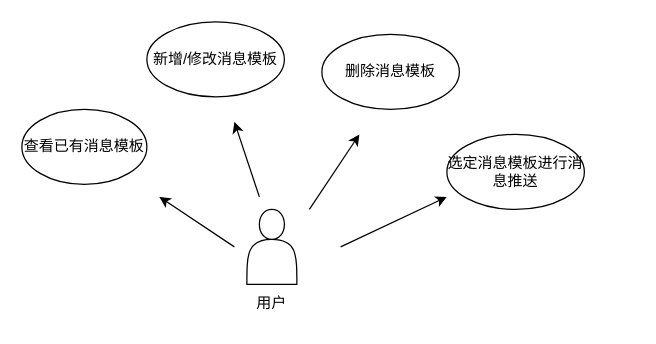
Earlier version of the draw.io diagram 毕业设计/消息模板模块功能用例图.drawio (KeatonLi/pictures). Source tidied: cells renumbered, new cells numbered last; positions are measured from the earlier drawing's top-left corner, leaving out a move shared by most shapes. Both pictures are drawn from the tidied source at 125%, with x=0, y=0 at pixel (21, 21).
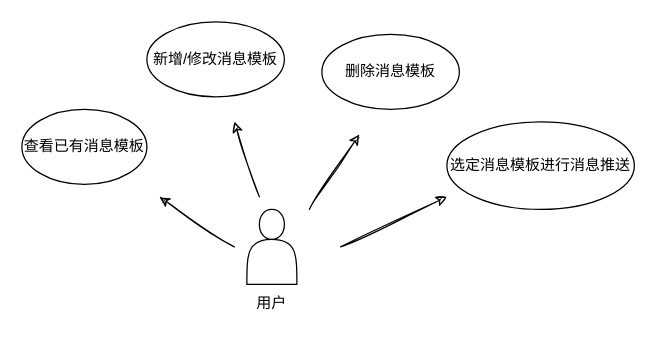
Above is the later version.

Commit message (it also covers changes not shown here):
更新消息模板模块功能用例图.drawio

Change to the diagram source:
```diff
@@
 <mxGraphModel>
   <root>
     <mxCell id="0" />
     <mxCell id="1" parent="0" />
     <mxCell id="2" style="shape=actor;whiteSpace=wrap;html=1;" parent="1" vertex="1">
       <mxGeometry x="180" y="150" width="40" height="60" as="geometry" />
     </mxCell>
-    <mxCell id="3" style="endArrow=classic;html=1;rounded=0;" parent="1" edge="1">
+    <mxCell id="3" style="endArrow=classic;html=1;rounded=0;shadow=0;sketch=1;curveFitting=1;jiggle=2;" parent="1" edge="1">
       <mxGeometry relative="1" as="geometry">
         <mxPoint x="170" y="180" as="sourcePoint" />
         <mxPoint x="110" y="140" as="targetPoint" />
       </mxGeometry>
     </mxCell>
     <mxCell id="4" value="用户" style="text;html=1;strokeColor=none;fillColor=none;align=center;verticalAlign=middle;whiteSpace=wrap;rounded=0;" parent="1" vertex="1">
       <mxGeometry x="170" y="210" width="60" height="30" as="geometry" />
     </mxCell>
     <mxCell id="5" value="查看已有消息模板" style="ellipse;whiteSpace=wrap;html=1;" parent="1" vertex="1">
       <mxGeometry y="70" width="100" height="60" as="geometry" />
     </mxCell>
     <mxCell id="6" value="新增/修改消息模板" style="ellipse;whiteSpace=wrap;html=1;" parent="1" vertex="1">
       <mxGeometry x="100" width="110" height="60" as="geometry" />
     </mxCell>
-    <mxCell id="7" style="endArrow=classic;html=1;rounded=0;" parent="1" edge="1">
+    <mxCell id="7" style="endArrow=classic;html=1;rounded=0;shadow=0;sketch=1;curveFitting=1;jiggle=2;" parent="1" edge="1">
       <mxGeometry relative="1" as="geometry">
         <mxPoint x="190" y="140" as="sourcePoint" />
         <mxPoint x="170" y="80" as="targetPoint" />
       </mxGeometry>
     </mxCell>
-    <mxCell id="8" style="endArrow=classic;html=1;rounded=0;" parent="1" edge="1">
+    <mxCell id="8" style="endArrow=classic;html=1;rounded=0;shadow=0;sketch=1;curveFitting=1;jiggle=2;" parent="1" edge="1">
       <mxGeometry relative="1" as="geometry">
         <mxPoint x="230" y="150" as="sourcePoint" />
         <mxPoint x="270" y="90" as="targetPoint" />
       </mxGeometry>
     </mxCell>
     <mxCell id="9" value="删除消息模板" style="ellipse;whiteSpace=wrap;html=1;" parent="1" vertex="1">
       <mxGeometry x="240" y="10" width="110" height="60" as="geometry" />
     </mxCell>
-    <mxCell id="10" style="endArrow=classic;html=1;rounded=0;" parent="1" edge="1">
+    <mxCell id="10" style="endArrow=classic;html=1;rounded=0;shadow=0;sketch=1;curveFitting=1;jiggle=2;" parent="1" edge="1">
       <mxGeometry relative="1" as="geometry">
         <mxPoint x="255" y="180" as="sourcePoint" />
         <mxPoint x="340" y="140" as="targetPoint" />
       </mxGeometry>
     </mxCell>
     <mxCell id="11" value="选定消息模板进行消息推送" style="ellipse;whiteSpace=wrap;html=1;" parent="1" vertex="1">
-      <mxGeometry x="340" y="90" width="110" height="60" as="geometry" />
+      <mxGeometry x="340" y="80" width="150" height="70" as="geometry" />
     </mxCell>
   </root>
 </mxGraphModel>
```
